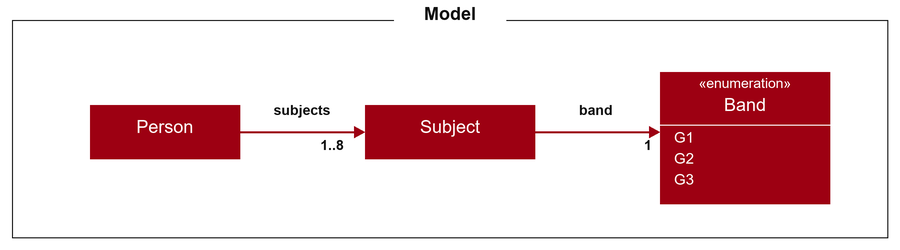
Before: docs/images/SubjectBandClassDiagram.png, a diagram exported from PlantUML (AY2627S1-CS2103T-T09-1/tp). Its source is kept beside it as docs/diagrams/SubjectBandClassDiagram.puml.
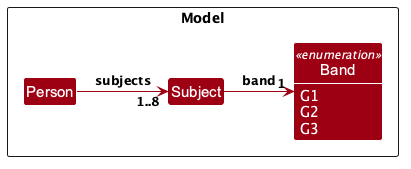
After the change.

Commit message:
Correct arrowheads in diagram

The edit, as a diff of the source:
```diff
@@ -15,8 +15,8 @@
     }
 }
 
-show Band members
+show Band fields
 
-Person --> "1..8" Subject : subjects
-Subject --> "1" Band : band
+Person -right-> "1..8" Subject : subjects
+Subject -right-> "1" Band : band
 @enduml
```
